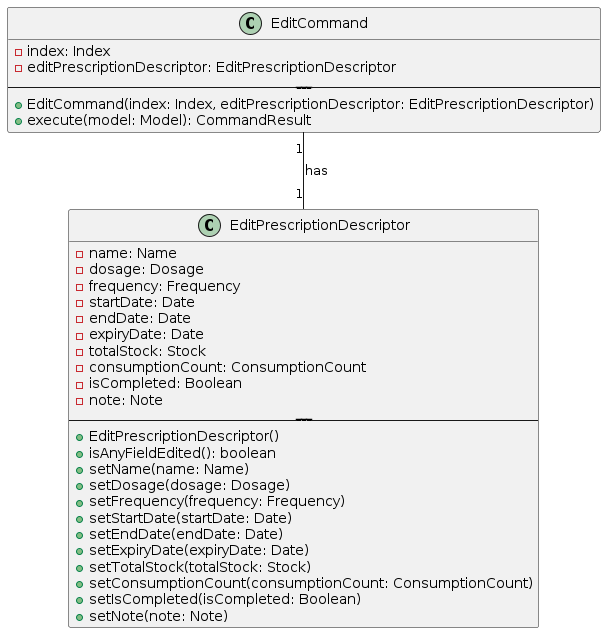
Earlier version of the PlantUML export diagrams/EditCommandClassDiagram.png (RoeReRe/tp). Its source is kept beside it as diagrams/EditCommandClassDiagram.puml.
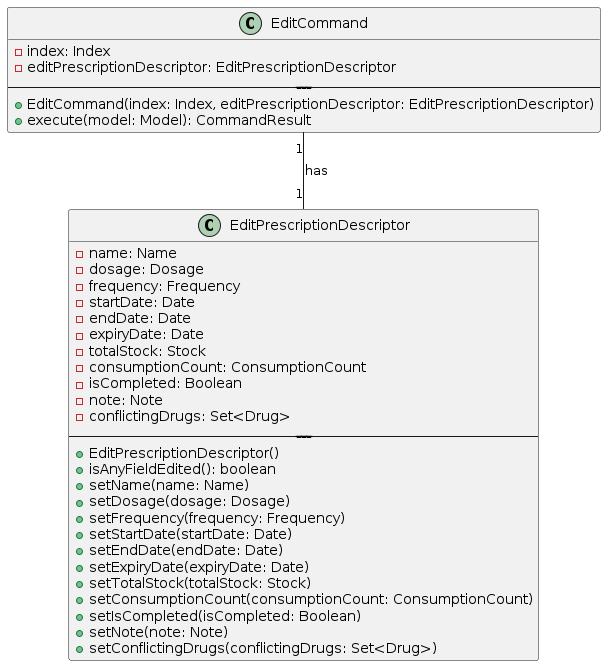
The same diagram one commit later.

Change to the diagram source:
```diff
@@ -22,6 +22,7 @@
   - consumptionCount: ConsumptionCount
   - isCompleted: Boolean
   - note: Note
+  - conflictingDrugs: Set<Drug>
   -------------------
   + EditPrescriptionDescriptor()
   + isAnyFieldEdited(): boolean
@@ -35,6 +36,7 @@
   + setConsumptionCount(consumptionCount: ConsumptionCount)
   + setIsCompleted(isCompleted: Boolean)
   + setNote(note: Note)
+    + setConflictingDrugs(conflictingDrugs: Set<Drug>)
 }
 
 EditCommand "1" -- "1" EditPrescriptionDescriptor : has
```
